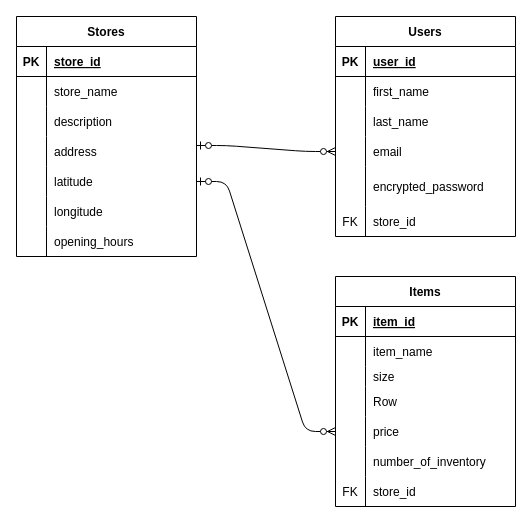
This is try_on.dio from ryohei8/try_on, a draw.io file, before an edit. Source tidied: cells renumbered, new cells numbered last; positions are measured from the earlier drawing's top-left corner, leaving out a move shared by most shapes. Both pictures are drawn from the tidied source at 100%, with x=0, y=0 at pixel (16, 16).
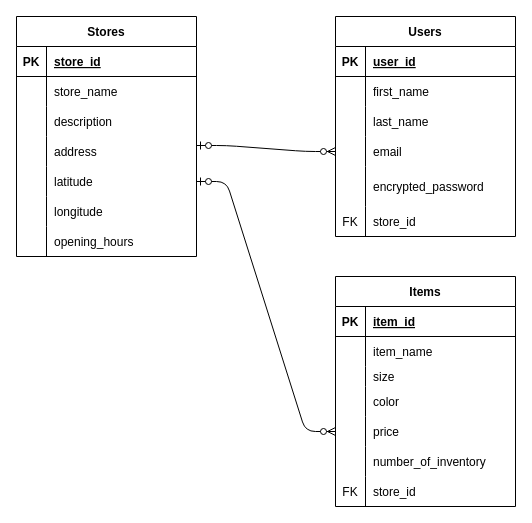
Above is the later version.

Commit message (it also covers changes not shown here):
Update README for overview of app

Unchanged cells that the change refers to:
```xml
<mxCell id="31" style="shape=tableRow;horizontal=0;startSize=0;swimlaneHead=0;swimlaneBody=0;fillColor=none;top=0;left=0;right=0;bottom=0;" parent="21" vertex="1">
  <mxGeometry y="110" width="180" height="30" as="geometry" />
</mxCell>
```

Diff of the diagram source:
```diff
@@
-    <mxCell id="33" value="Row" style="shape=partialRectangle;fillColor=none;top=0;left=0;bottom=0;right=0;align=left;spacingLeft=6;overflow=hidden;" parent="31" vertex="1">
+    <mxCell id="33" value="color" style="shape=partialRectangle;fillColor=none;top=0;left=0;bottom=0;right=0;align=left;spacingLeft=6;overflow=hidden;" parent="31" vertex="1">
       <mxGeometry x="30" width="150" height="30" as="geometry" />
     </mxCell>
```
